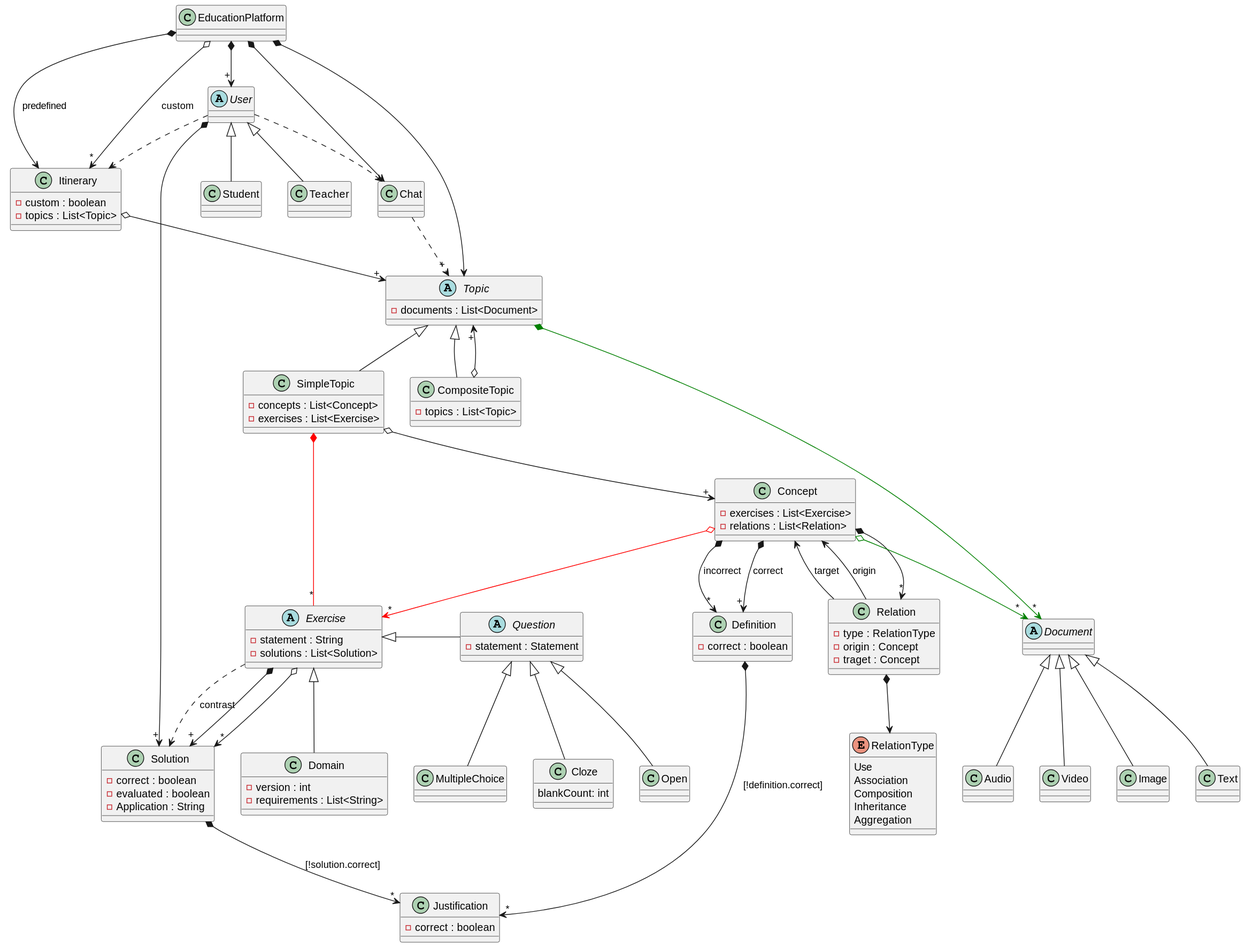
The PlantUML diagram out/Diagrams/EducationPlatform/Domain/EducationPlatformDomain.svg in jumpering/lab-turing, before a commit.
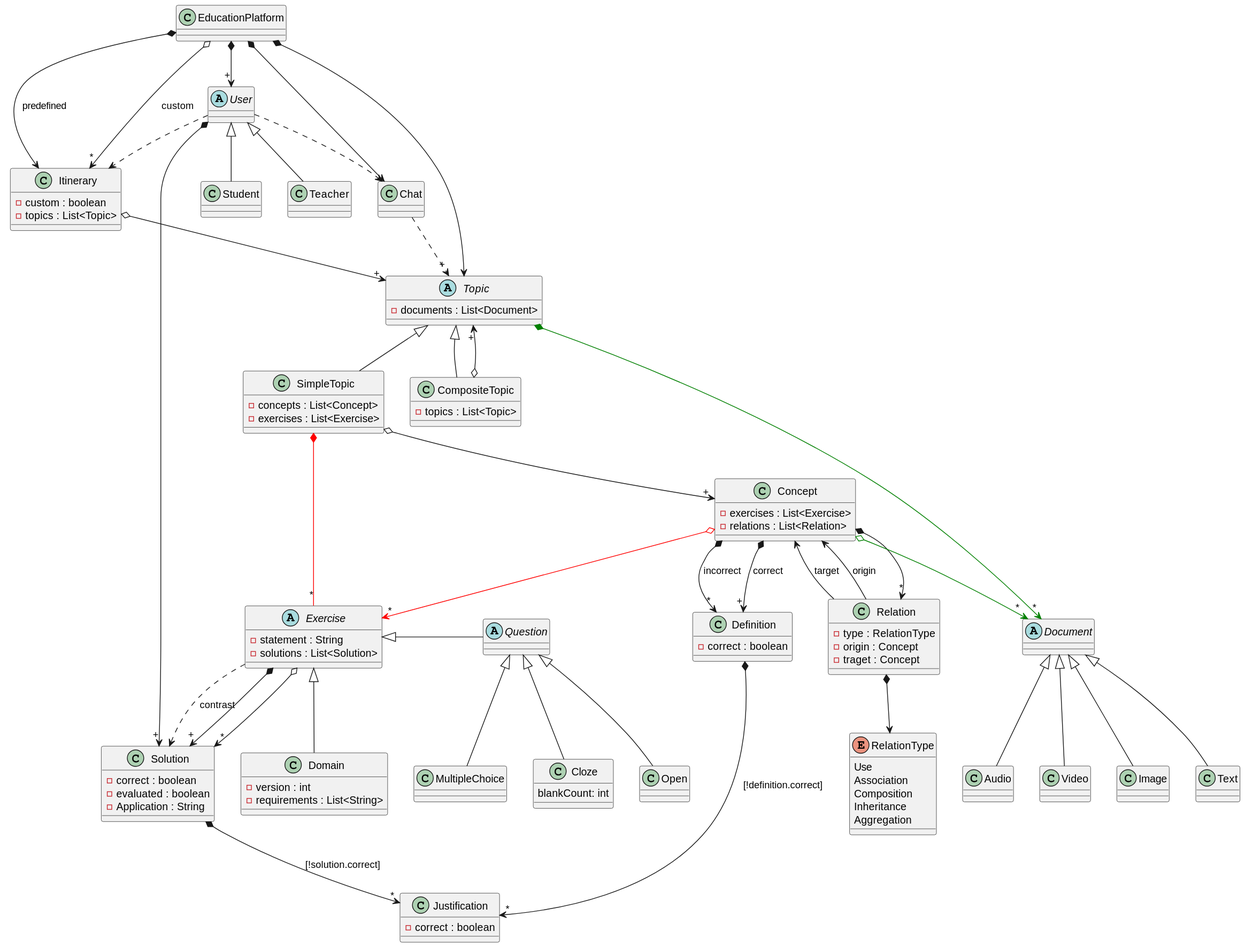
Later version of the same file.

Commit message:
Remove statement attribute from Question

Change to the diagram source:
```diff
@@ -55,7 +55,6 @@
 Exercise ..> Solution : contrast
 
 abstract Question{
-    - statement : Statement
 }
 Question <|-- MultipleChoice
 Question <|-- Cloze
```
